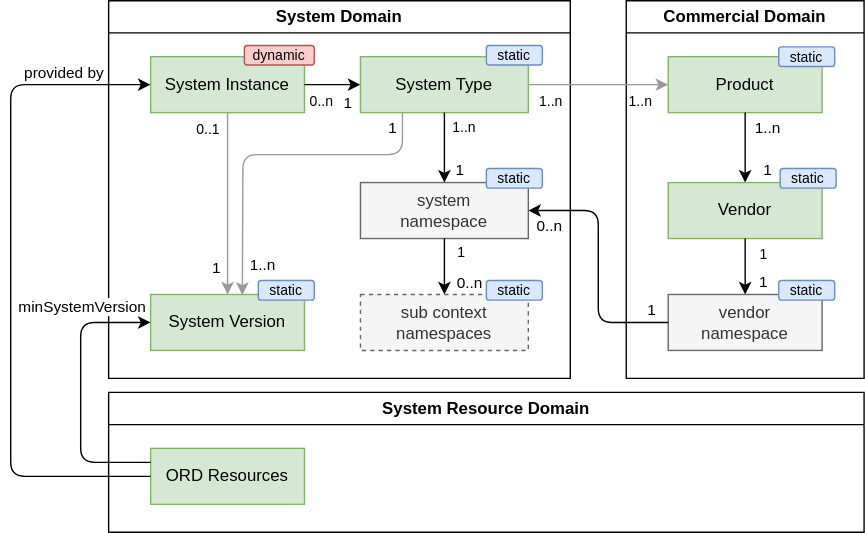
open-resource-discovery/specification keeps this draw.io diagram as static/img/system-landscape/system.drawio.svg. Above is the earlier version. Source tidied: cells renumbered, new cells last; positions are measured from the earlier drawing's top-left corner, leaving out a move shared by most shapes.
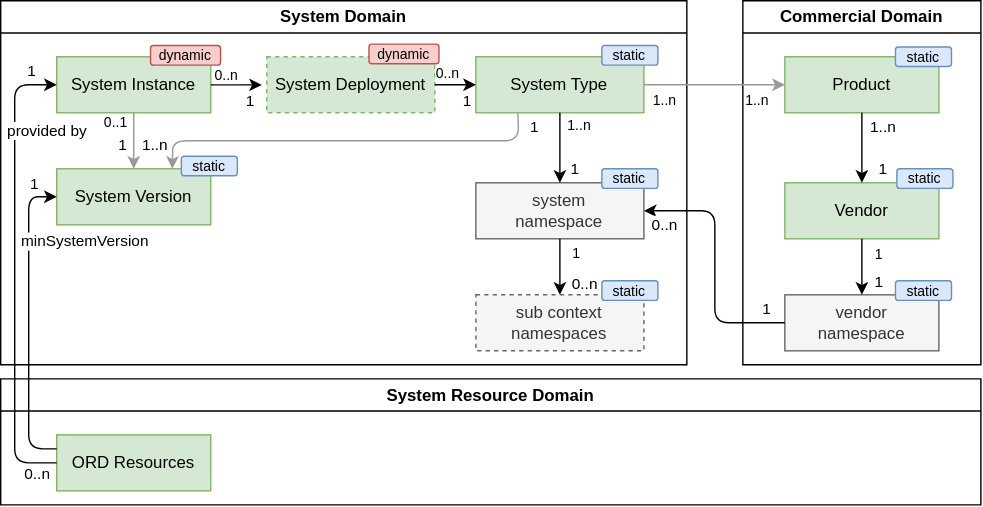
The same diagram one commit later.

Commit message:
Improve documentation on ORD System model (#114)

The edit, as a diff of the source:
```diff
@@ -3,49 +3,49 @@
     <mxCell id="0" />
     <mxCell id="1" parent="0" />
     <mxCell id="2" value="System Domain" style="swimlane;whiteSpace=wrap;html=1;" parent="1" vertex="1">
-      <mxGeometry x="70" width="330" height="270" as="geometry" />
+      <mxGeometry x="-90" width="490" height="260" as="geometry" />
     </mxCell>
     <mxCell id="3" value="System Instance" style="rounded=0;whiteSpace=wrap;html=1;verticalAlign=middle;fillColor=#d5e8d4;strokeColor=#82b366;" parent="2" vertex="1">
-      <mxGeometry x="30" y="40" width="110" height="40" as="geometry" />
+      <mxGeometry x="40" y="40" width="110" height="40" as="geometry" />
     </mxCell>
     <mxCell id="4" value="System Version" style="rounded=0;whiteSpace=wrap;html=1;verticalAlign=middle;fillColor=#d5e8d4;strokeColor=#82b366;" parent="2" vertex="1">
-      <mxGeometry x="30" y="210" width="110" height="40" as="geometry" />
+      <mxGeometry x="40" y="120" width="110" height="40" as="geometry" />
     </mxCell>
     <mxCell id="5" style="edgeStyle=none;html=1;strokeColor=#999999;" parent="2" edge="1" source="3" target="4">
       <mxGeometry relative="1" as="geometry" />
     </mxCell>
     <mxCell id="6" value="1" style="edgeLabel;html=1;align=center;verticalAlign=middle;" parent="5" vertex="1">
       <mxGeometry x="0.38" y="6" relative="1" as="geometry">
-        <mxPoint x="-15" y="20" as="offset" />
+        <mxPoint x="-14" y="-5" as="offset" />
       </mxGeometry>
     </mxCell>
     <mxCell id="7" value="0..1" style="edgeLabel;html=1;align=center;verticalAlign=middle;fontSize=10;" parent="5" vertex="1">
       <mxGeometry x="-0.84" y="1" relative="1" as="geometry">
-        <mxPoint x="-16" as="offset" />
+        <mxPoint x="-14" y="3" as="offset" />
       </mxGeometry>
     </mxCell>
-    <mxCell id="8" style="edgeStyle=none;html=1;entryX=0.596;entryY=0.009;entryDx=0;entryDy=0;exitX=0.25;exitY=1;exitDx=0;exitDy=0;strokeColor=#999999;entryPerimeter=0;" parent="2" edge="1" source="11" target="4">
+    <mxCell id="8" style="edgeStyle=none;html=1;entryX=0.75;entryY=0;entryDx=0;entryDy=0;exitX=0.25;exitY=1;exitDx=0;exitDy=0;strokeColor=#999999;" parent="2" edge="1" source="11" target="4">
       <mxGeometry relative="1" as="geometry">
         <Array as="points">
-          <mxPoint x="210" y="110" />
-          <mxPoint x="96" y="110" />
+          <mxPoint x="370" y="100" />
+          <mxPoint x="123" y="100" />
         </Array>
       </mxGeometry>
     </mxCell>
     <mxCell id="9" value="1" style="edgeLabel;html=1;align=center;verticalAlign=middle;" parent="8" vertex="1">
       <mxGeometry x="-0.58" y="-1" relative="1" as="geometry">
-        <mxPoint x="13" y="-19" as="offset" />
+        <mxPoint x="51" y="-9" as="offset" />
       </mxGeometry>
     </mxCell>
     <mxCell id="10" value="1..n" style="edgeLabel;html=1;align=center;verticalAlign=middle;" parent="8" vertex="1">
       <mxGeometry x="0.74" y="-1" relative="1" as="geometry">
-        <mxPoint x="15" y="10" as="offset" />
+        <mxPoint x="-30" y="4" as="offset" />
       </mxGeometry>
     </mxCell>
     <mxCell id="11" value="System Type" style="rounded=0;whiteSpace=wrap;html=1;verticalAlign=middle;fillColor=#d5e8d4;strokeColor=#82b366;" parent="2" vertex="1">
-      <mxGeometry x="180" y="40" width="120" height="40" as="geometry" />
+      <mxGeometry x="339.3" y="40" width="120" height="40" as="geometry" />
     </mxCell>
-    <mxCell id="12" style="edgeStyle=none;html=1;" parent="2" edge="1" source="3" target="11">
+    <mxCell id="12" style="edgeStyle=none;html=1;entryX=-0.029;entryY=0.502;entryDx=0;entryDy=0;entryPerimeter=0;" parent="2" edge="1" source="3" target="53">
       <mxGeometry relative="1" as="geometry" />
     </mxCell>
     <mxCell id="13" value="1" style="edgeLabel;html=1;align=center;verticalAlign=middle;" parent="12" vertex="1">
@@ -55,11 +55,11 @@
     </mxCell>
     <mxCell id="14" value="0..n" style="edgeLabel;html=1;align=center;verticalAlign=middle;fontSize=10;" parent="12" vertex="1">
       <mxGeometry x="-0.53" y="-1" relative="1" as="geometry">
-        <mxPoint x="2" y="10" as="offset" />
+        <mxPoint x="2" y="-8" as="offset" />
       </mxGeometry>
     </mxCell>
     <mxCell id="15" value="system&lt;br&gt;namespace" style="rounded=0;whiteSpace=wrap;html=1;verticalAlign=middle;fillColor=#f5f5f5;strokeColor=#666666;fontColor=#333333;" parent="2" vertex="1">
-      <mxGeometry x="180" y="130" width="120" height="40" as="geometry" />
+      <mxGeometry x="339.3" y="130" width="120" height="40" as="geometry" />
     </mxCell>
     <mxCell id="16" style="edgeStyle=none;html=1;entryX=0.5;entryY=0;entryDx=0;entryDy=0;" parent="2" edge="1" source="11" target="15">
       <mxGeometry relative="1" as="geometry" />
@@ -75,7 +75,7 @@
       </mxGeometry>
     </mxCell>
     <mxCell id="19" value="sub context namespaces" style="rounded=0;whiteSpace=wrap;html=1;verticalAlign=middle;fillColor=#f5f5f5;strokeColor=#666666;fontColor=#333333;dashed=1;" parent="2" vertex="1">
-      <mxGeometry x="180" y="210" width="120" height="40" as="geometry" />
+      <mxGeometry x="339.3" y="210" width="120" height="40" as="geometry" />
     </mxCell>
     <mxCell id="20" style="edgeStyle=none;html=1;" parent="2" edge="1" source="15" target="19">
       <mxGeometry relative="1" as="geometry" />
@@ -91,22 +91,41 @@
       </mxGeometry>
     </mxCell>
     <mxCell id="23" value="&lt;font style=&quot;font-size: 10px;&quot;&gt;dynamic&lt;/font&gt;" style="rounded=1;whiteSpace=wrap;html=1;strokeColor=#b85450;fillColor=#f8cecc;" parent="2" vertex="1">
-      <mxGeometry x="97" y="32" width="50" height="14" as="geometry" />
+      <mxGeometry x="107" y="32" width="50" height="14" as="geometry" />
     </mxCell>
     <mxCell id="24" value="&lt;font style=&quot;font-size: 10px;&quot;&gt;static&lt;/font&gt;" style="rounded=1;whiteSpace=wrap;html=1;strokeColor=#6c8ebf;fillColor=#dae8fc;" parent="2" vertex="1">
-      <mxGeometry x="270" y="200" width="40" height="14" as="geometry" />
+      <mxGeometry x="429.3" y="200" width="40" height="14" as="geometry" />
     </mxCell>
     <mxCell id="25" value="&lt;font style=&quot;font-size: 10px;&quot;&gt;static&lt;/font&gt;" style="rounded=1;whiteSpace=wrap;html=1;strokeColor=#6c8ebf;fillColor=#dae8fc;" parent="2" vertex="1">
-      <mxGeometry x="270" y="120" width="40" height="14" as="geometry" />
+      <mxGeometry x="429.3" y="120" width="40" height="14" as="geometry" />
     </mxCell>
     <mxCell id="26" value="&lt;font style=&quot;font-size: 10px;&quot;&gt;static&lt;/font&gt;" style="rounded=1;whiteSpace=wrap;html=1;strokeColor=#6c8ebf;fillColor=#dae8fc;" parent="2" vertex="1">
-      <mxGeometry x="270" y="32" width="40" height="14" as="geometry" />
+      <mxGeometry x="429.3" y="32" width="40" height="14" as="geometry" />
     </mxCell>
     <mxCell id="27" value="&lt;font style=&quot;font-size: 10px;&quot;&gt;static&lt;/font&gt;" style="rounded=1;whiteSpace=wrap;html=1;strokeColor=#6c8ebf;fillColor=#dae8fc;" parent="2" vertex="1">
-      <mxGeometry x="107" y="200" width="40" height="14" as="geometry" />
+      <mxGeometry x="129" y="111" width="40" height="14" as="geometry" />
     </mxCell>
+    <mxCell id="53" value="System Deployment" style="rounded=0;whiteSpace=wrap;html=1;verticalAlign=middle;fillColor=#d5e8d4;strokeColor=#82b366;dashed=1;" parent="2" vertex="1">
+      <mxGeometry x="190" y="40" width="120" height="40" as="geometry" />
+    </mxCell>
+    <mxCell id="54" style="edgeStyle=none;html=1;exitX=1;exitY=0.5;exitDx=0;exitDy=0;" parent="2" edge="1" source="53" target="11">
+      <mxGeometry relative="1" as="geometry" />
+    </mxCell>
+    <mxCell id="55" value="1" style="edgeLabel;html=1;align=center;verticalAlign=middle;" parent="54" vertex="1">
+      <mxGeometry x="0.47" y="1" relative="1" as="geometry">
+        <mxPoint x="1" y="13" as="offset" />
+      </mxGeometry>
+    </mxCell>
+    <mxCell id="56" value="0..n" style="edgeLabel;html=1;align=center;verticalAlign=middle;fontSize=10;" parent="54" vertex="1">
+      <mxGeometry x="-0.53" y="-1" relative="1" as="geometry">
+        <mxPoint x="2" y="-9" as="offset" />
+      </mxGeometry>
+    </mxCell>
+    <mxCell id="57" value="&lt;font style=&quot;font-size: 10px;&quot;&gt;dynamic&lt;/font&gt;" style="rounded=1;whiteSpace=wrap;html=1;strokeColor=#b85450;fillColor=#f8cecc;" parent="2" vertex="1">
+      <mxGeometry x="263" y="31" width="50" height="14" as="geometry" />
+    </mxCell>
     <mxCell id="28" value="Commercial Domain" style="swimlane;whiteSpace=wrap;html=1;" parent="1" vertex="1">
-      <mxGeometry x="440" width="170" height="270" as="geometry" />
+      <mxGeometry x="440" width="170" height="260" as="geometry" />
     </mxCell>
     <mxCell id="29" value="Product" style="rounded=0;whiteSpace=wrap;html=1;verticalAlign=middle;fillColor=#d5e8d4;strokeColor=#82b366;" parent="28" vertex="1">
       <mxGeometry x="30" y="40" width="110" height="40" as="geometry" />
@@ -184,36 +203,52 @@
       </mxGeometry>
     </mxCell>
     <mxCell id="47" value="System Resource Domain" style="swimlane;whiteSpace=wrap;html=1;" parent="1" vertex="1">
-      <mxGeometry x="70" y="280" width="540" height="100" as="geometry" />
+      <mxGeometry x="-90" y="270" width="700" height="90" as="geometry" />
     </mxCell>
     <mxCell id="48" value="ORD Resources" style="rounded=0;whiteSpace=wrap;html=1;verticalAlign=middle;fillColor=#d5e8d4;strokeColor=#82b366;" parent="47" vertex="1">
-      <mxGeometry x="30" y="40" width="110" height="40" as="geometry" />
+      <mxGeometry x="40" y="40" width="110" height="40" as="geometry" />
     </mxCell>
     <mxCell id="49" style="edgeStyle=none;html=1;entryX=0;entryY=0.5;entryDx=0;entryDy=0;" parent="1" edge="1" source="48" target="3">
       <mxGeometry relative="1" as="geometry">
         <Array as="points">
-          <mxPoint y="340" />
-          <mxPoint y="60" />
+          <mxPoint x="-80" y="330" />
+          <mxPoint x="-80" y="60" />
         </Array>
       </mxGeometry>
     </mxCell>
     <mxCell id="50" value="provided by" style="edgeLabel;html=1;align=center;verticalAlign=middle;" parent="49" vertex="1">
       <mxGeometry x="0.29" y="-1" relative="1" as="geometry">
-        <mxPoint x="36" y="-79" as="offset" />
+        <mxPoint x="22" y="-54" as="offset" />
       </mxGeometry>
     </mxCell>
+    <mxCell id="58" value="0..n" style="edgeLabel;html=1;align=center;verticalAlign=middle;" parent="49" vertex="1">
+      <mxGeometry x="-0.91" relative="1" as="geometry">
+        <mxPoint x="1" y="8" as="offset" />
+      </mxGeometry>
+    </mxCell>
+    <mxCell id="59" value="1" style="edgeLabel;html=1;align=center;verticalAlign=middle;" parent="49" vertex="1">
+      <mxGeometry x="0.88" y="1" relative="1" as="geometry">
+        <mxPoint x="2" y="-9" as="offset" />
+      </mxGeometry>
+    </mxCell>
     <mxCell id="51" style="edgeStyle=none;html=1;entryX=0;entryY=0.5;entryDx=0;entryDy=0;exitX=0;exitY=0.25;exitDx=0;exitDy=0;" parent="1" edge="1" source="48" target="4">
       <mxGeometry relative="1" as="geometry">
         <Array as="points">
-          <mxPoint x="50" y="330" />
-          <mxPoint x="50" y="230" />
+          <mxPoint x="-70" y="320" />
+          <mxPoint x="-70" y="140" />
+          <mxPoint x="-50" y="140" />
         </Array>
       </mxGeometry>
     </mxCell>
     <mxCell id="52" value="minSystemVersion" style="edgeLabel;html=1;align=center;verticalAlign=middle;" parent="51" vertex="1">
       <mxGeometry x="0.62" y="1" relative="1" as="geometry">
-        <mxPoint x="-12" y="-11" as="offset" />
+        <mxPoint x="41" y="10" as="offset" />
       </mxGeometry>
     </mxCell>
+    <mxCell id="60" value="1" style="edgeLabel;html=1;align=center;verticalAlign=middle;" parent="51" vertex="1">
+      <mxGeometry x="0.68" y="2" relative="1" as="geometry">
+        <mxPoint x="6" y="-25" as="offset" />
+      </mxGeometry>
+    </mxCell>
   </root>
 </mxGraphModel>
```
